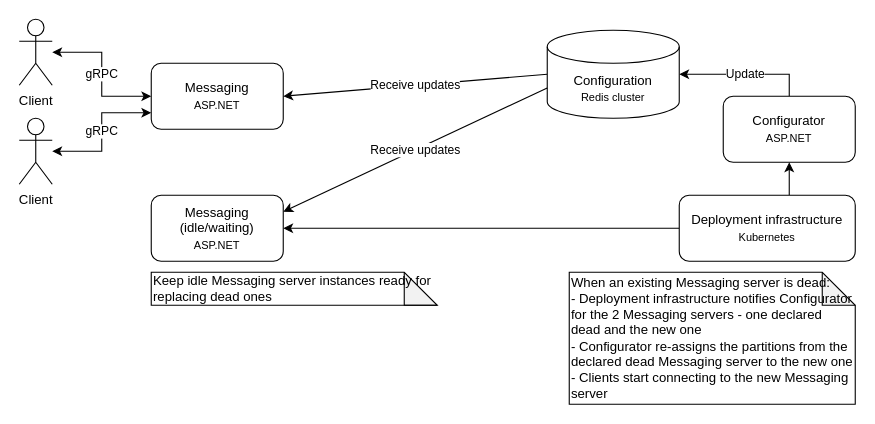
This is docs/cecochat-06-failover.drawio from cvetomir-todorov/CecoChat, a draw.io file, before an edit. Source tidied: cells renumbered, new cells numbered last; positions are measured from the earlier drawing's top-left corner, leaving out a move shared by most shapes. Both pictures are drawn from the tidied source at 110%, with x=0, y=0 at pixel (19, 19).
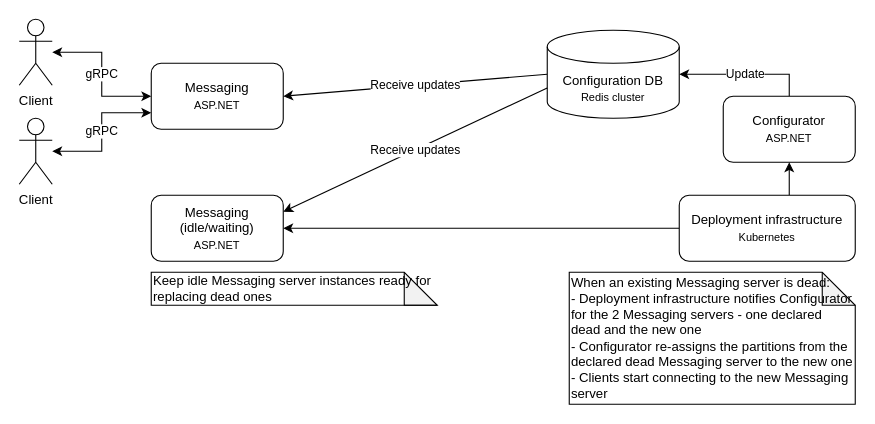
The same diagram, later.

What changed in the source:
```diff
@@
-    <mxCell id="10" value="Configuration&lt;br&gt;&lt;font style=&quot;font-size: 10px&quot;&gt;Redis cluster&lt;/font&gt;" style="shape=cylinder3;whiteSpace=wrap;html=1;boundedLbl=1;backgroundOutline=1;size=15;" parent="1" vertex="1">
+    <mxCell id="10" value="Configuration DB&lt;br&gt;&lt;font style=&quot;font-size: 10px&quot;&gt;Redis cluster&lt;/font&gt;" style="shape=cylinder3;whiteSpace=wrap;html=1;boundedLbl=1;backgroundOutline=1;size=15;" parent="1" vertex="1">
       <mxGeometry x="480" y="10" width="120" height="80" as="geometry" />
     </mxCell>
```
